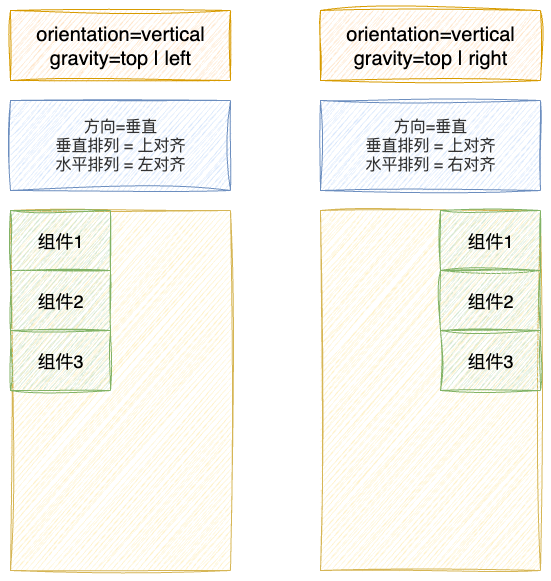
Above: slides/lesson-07-android-ui-component-2/public/linearlayout-gravity-top.drawio.png in enix223/android-tutorial-slides (draw.io), before the change. Source tidied: cells renumbered, new cells last; positions are measured from the earlier drawing's top-left corner, leaving out a move shared by most shapes.
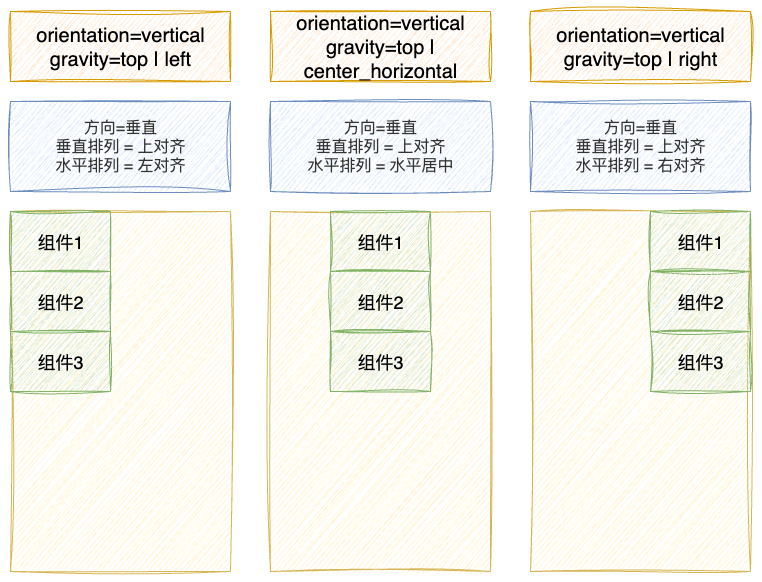
Above is the later version.

Change to the diagram source:
```diff
@@ -3,40 +3,58 @@
     <mxCell id="0" />
     <mxCell id="1" parent="0" />
     <mxCell id="2" style="rounded=0;whiteSpace=wrap;html=1;fillColor=#fff2cc;strokeColor=#d6b656;shadow=0;sketch=1;curveFitting=1;jiggle=2;" parent="1" vertex="1">
-      <mxGeometry y="200" width="220" height="360" as="geometry" />
+      <mxGeometry x="-40" y="200" width="220" height="360" as="geometry" />
     </mxCell>
     <mxCell id="3" value="&lt;font style=&quot;font-size: 18px;&quot;&gt;组件1&lt;/font&gt;" style="rounded=0;whiteSpace=wrap;html=1;fillColor=#d5e8d4;strokeColor=#82b366;shadow=0;sketch=1;curveFitting=1;jiggle=2;" parent="1" vertex="1">
-      <mxGeometry y="200" width="100" height="60" as="geometry" />
+      <mxGeometry x="-40" y="200" width="100" height="60" as="geometry" />
     </mxCell>
     <mxCell id="4" value="&lt;font style=&quot;font-size: 18px;&quot;&gt;组件2&lt;/font&gt;" style="rounded=0;whiteSpace=wrap;html=1;fillColor=#d5e8d4;strokeColor=#82b366;shadow=0;sketch=1;curveFitting=1;jiggle=2;" parent="1" vertex="1">
-      <mxGeometry y="260" width="100" height="60" as="geometry" />
+      <mxGeometry x="-40" y="260" width="100" height="60" as="geometry" />
     </mxCell>
     <mxCell id="5" value="&lt;font style=&quot;font-size: 18px;&quot;&gt;组件3&lt;/font&gt;" style="rounded=0;whiteSpace=wrap;html=1;fillColor=#d5e8d4;strokeColor=#82b366;shadow=0;sketch=1;curveFitting=1;jiggle=2;" parent="1" vertex="1">
-      <mxGeometry y="320" width="100" height="60" as="geometry" />
+      <mxGeometry x="-40" y="320" width="100" height="60" as="geometry" />
     </mxCell>
     <mxCell id="6" value="orientation=vertical&lt;div&gt;gravity=top | left&lt;/div&gt;" style="text;html=1;align=center;verticalAlign=middle;whiteSpace=wrap;rounded=0;fontSize=20;fillColor=#ffe6cc;strokeColor=#d79b00;sketch=1;curveFitting=1;jiggle=2;" parent="1" vertex="1">
-      <mxGeometry width="220" height="70" as="geometry" />
+      <mxGeometry x="-40" width="220" height="70" as="geometry" />
     </mxCell>
     <mxCell id="7" style="rounded=0;whiteSpace=wrap;html=1;fillColor=#fff2cc;strokeColor=#d6b656;shadow=0;sketch=1;curveFitting=1;jiggle=2;" parent="1" vertex="1">
-      <mxGeometry x="310" y="200" width="220" height="360" as="geometry" />
+      <mxGeometry x="480" y="200" width="220" height="360" as="geometry" />
     </mxCell>
     <mxCell id="8" value="&lt;font style=&quot;font-size: 18px;&quot;&gt;组件1&lt;/font&gt;" style="rounded=0;whiteSpace=wrap;html=1;fillColor=#d5e8d4;strokeColor=#82b366;shadow=0;sketch=1;curveFitting=1;jiggle=2;" parent="1" vertex="1">
-      <mxGeometry x="430" y="200" width="100" height="60" as="geometry" />
+      <mxGeometry x="600" y="200" width="100" height="60" as="geometry" />
     </mxCell>
     <mxCell id="9" value="&lt;font style=&quot;font-size: 18px;&quot;&gt;组件2&lt;/font&gt;" style="rounded=0;whiteSpace=wrap;html=1;fillColor=#d5e8d4;strokeColor=#82b366;shadow=0;sketch=1;curveFitting=1;jiggle=2;" parent="1" vertex="1">
-      <mxGeometry x="430" y="260" width="100" height="60" as="geometry" />
+      <mxGeometry x="600" y="260" width="100" height="60" as="geometry" />
     </mxCell>
     <mxCell id="10" value="&lt;font style=&quot;font-size: 18px;&quot;&gt;组件3&lt;/font&gt;" style="rounded=0;whiteSpace=wrap;html=1;fillColor=#d5e8d4;strokeColor=#82b366;shadow=0;sketch=1;curveFitting=1;jiggle=2;" parent="1" vertex="1">
-      <mxGeometry x="430" y="320" width="100" height="60" as="geometry" />
+      <mxGeometry x="600" y="320" width="100" height="60" as="geometry" />
     </mxCell>
     <mxCell id="11" value="&lt;font style=&quot;font-size: 16px;&quot;&gt;方向=垂直&lt;/font&gt;&lt;div&gt;&lt;font style=&quot;font-size: 16px;&quot;&gt;垂直排列 = 上对齐&lt;/font&gt;&lt;div&gt;&lt;font style=&quot;font-size: 16px;&quot;&gt;水平排列 = 左对齐&lt;/font&gt;&lt;/div&gt;&lt;/div&gt;" style="text;html=1;align=center;verticalAlign=middle;whiteSpace=wrap;rounded=0;fillColor=#dae8fc;strokeColor=#6c8ebf;fontColor=#333333;sketch=1;curveFitting=1;jiggle=2;" parent="1" vertex="1">
-      <mxGeometry y="90" width="220" height="90" as="geometry" />
+      <mxGeometry x="-40" y="90" width="220" height="90" as="geometry" />
     </mxCell>
     <mxCell id="12" value="orientation=vertical&lt;div&gt;gravity=top | right&lt;/div&gt;" style="text;html=1;align=center;verticalAlign=middle;whiteSpace=wrap;rounded=0;fontSize=20;fillColor=#ffe6cc;strokeColor=#d79b00;sketch=1;curveFitting=1;jiggle=2;" parent="1" vertex="1">
-      <mxGeometry x="310" width="220" height="70" as="geometry" />
+      <mxGeometry x="480" width="220" height="70" as="geometry" />
     </mxCell>
     <mxCell id="13" value="&lt;font style=&quot;font-size: 16px;&quot;&gt;方向=垂直&lt;/font&gt;&lt;div&gt;&lt;font style=&quot;font-size: 16px;&quot;&gt;垂直排列 = 上对齐&lt;/font&gt;&lt;div&gt;&lt;font style=&quot;font-size: 16px;&quot;&gt;水平排列 = 右对齐&lt;/font&gt;&lt;/div&gt;&lt;/div&gt;" style="text;html=1;align=center;verticalAlign=middle;whiteSpace=wrap;rounded=0;fillColor=#dae8fc;strokeColor=#6c8ebf;fontColor=#333333;sketch=1;curveFitting=1;jiggle=2;" parent="1" vertex="1">
-      <mxGeometry x="310" y="90" width="220" height="90" as="geometry" />
+      <mxGeometry x="480" y="90" width="220" height="90" as="geometry" />
     </mxCell>
+    <mxCell id="14" style="rounded=0;whiteSpace=wrap;html=1;fillColor=#fff2cc;strokeColor=#d6b656;shadow=0;sketch=1;curveFitting=1;jiggle=2;" parent="1" vertex="1">
+      <mxGeometry x="220" y="200" width="220" height="360" as="geometry" />
+    </mxCell>
+    <mxCell id="15" value="&lt;font style=&quot;font-size: 18px;&quot;&gt;组件1&lt;/font&gt;" style="rounded=0;whiteSpace=wrap;html=1;fillColor=#d5e8d4;strokeColor=#82b366;shadow=0;sketch=1;curveFitting=1;jiggle=2;" parent="1" vertex="1">
+      <mxGeometry x="280" y="200" width="100" height="60" as="geometry" />
+    </mxCell>
+    <mxCell id="16" value="&lt;font style=&quot;font-size: 18px;&quot;&gt;组件2&lt;/font&gt;" style="rounded=0;whiteSpace=wrap;html=1;fillColor=#d5e8d4;strokeColor=#82b366;shadow=0;sketch=1;curveFitting=1;jiggle=2;" parent="1" vertex="1">
+      <mxGeometry x="280" y="260" width="100" height="60" as="geometry" />
+    </mxCell>
+    <mxCell id="17" value="&lt;font style=&quot;font-size: 18px;&quot;&gt;组件3&lt;/font&gt;" style="rounded=0;whiteSpace=wrap;html=1;fillColor=#d5e8d4;strokeColor=#82b366;shadow=0;sketch=1;curveFitting=1;jiggle=2;" parent="1" vertex="1">
+      <mxGeometry x="280" y="320" width="100" height="60" as="geometry" />
+    </mxCell>
+    <mxCell id="18" value="orientation=vertical&lt;div&gt;gravity=top | center_horizontal&lt;/div&gt;" style="text;html=1;align=center;verticalAlign=middle;whiteSpace=wrap;rounded=0;fontSize=20;fillColor=#ffe6cc;strokeColor=#d79b00;sketch=1;curveFitting=1;jiggle=2;" parent="1" vertex="1">
+      <mxGeometry x="220" width="220" height="70" as="geometry" />
+    </mxCell>
+    <mxCell id="19" value="&lt;font style=&quot;font-size: 16px;&quot;&gt;方向=垂直&lt;/font&gt;&lt;div&gt;&lt;font style=&quot;font-size: 16px;&quot;&gt;垂直排列 = 上对齐&lt;/font&gt;&lt;div&gt;&lt;font style=&quot;font-size: 16px;&quot;&gt;水平排列 = 水平居中&lt;/font&gt;&lt;/div&gt;&lt;/div&gt;" style="text;html=1;align=center;verticalAlign=middle;whiteSpace=wrap;rounded=0;fillColor=#dae8fc;strokeColor=#6c8ebf;fontColor=#333333;sketch=1;curveFitting=1;jiggle=2;" parent="1" vertex="1">
+      <mxGeometry x="220" y="90" width="220" height="90" as="geometry" />
+    </mxCell>
   </root>
 </mxGraphModel>
```
